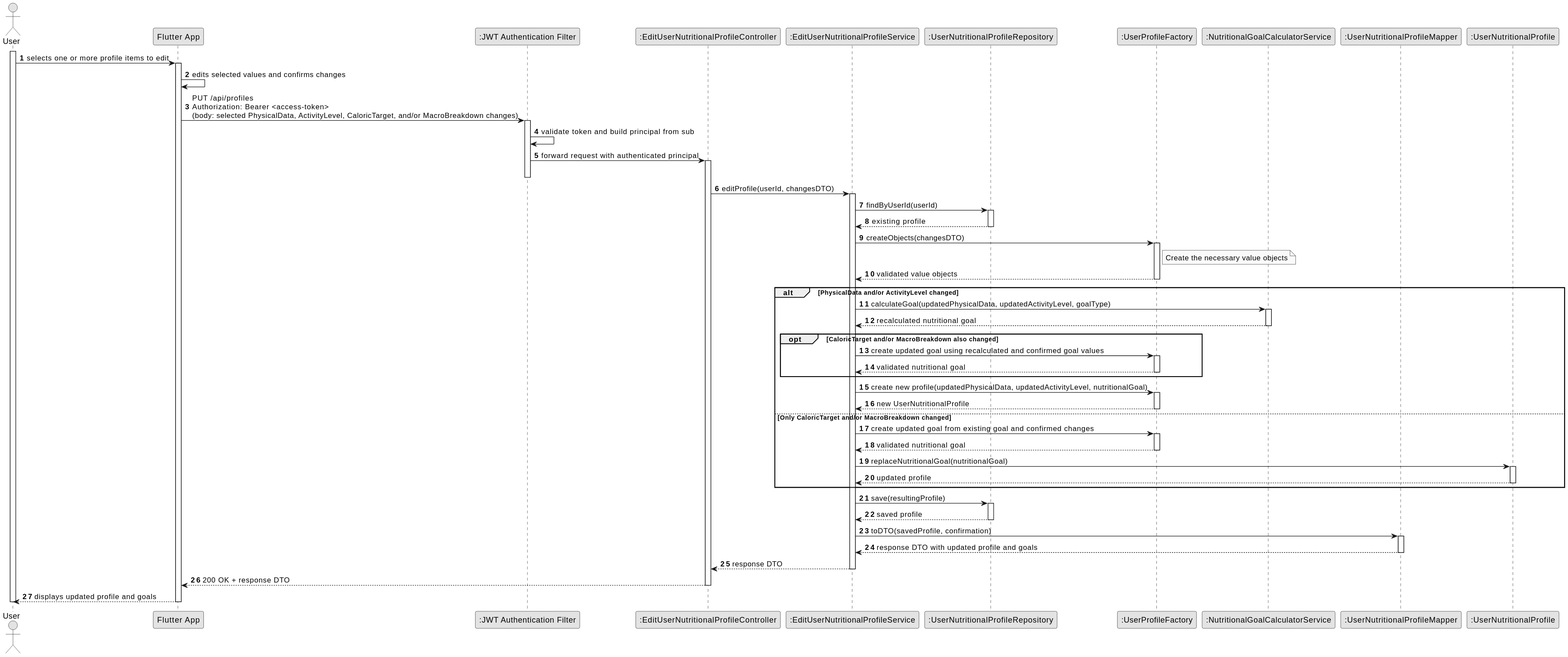
This is backend/docs/US002/US002_SD.svg from Pedro-P21/FitMaxxer, a PlantUML export, as it was before one commit.
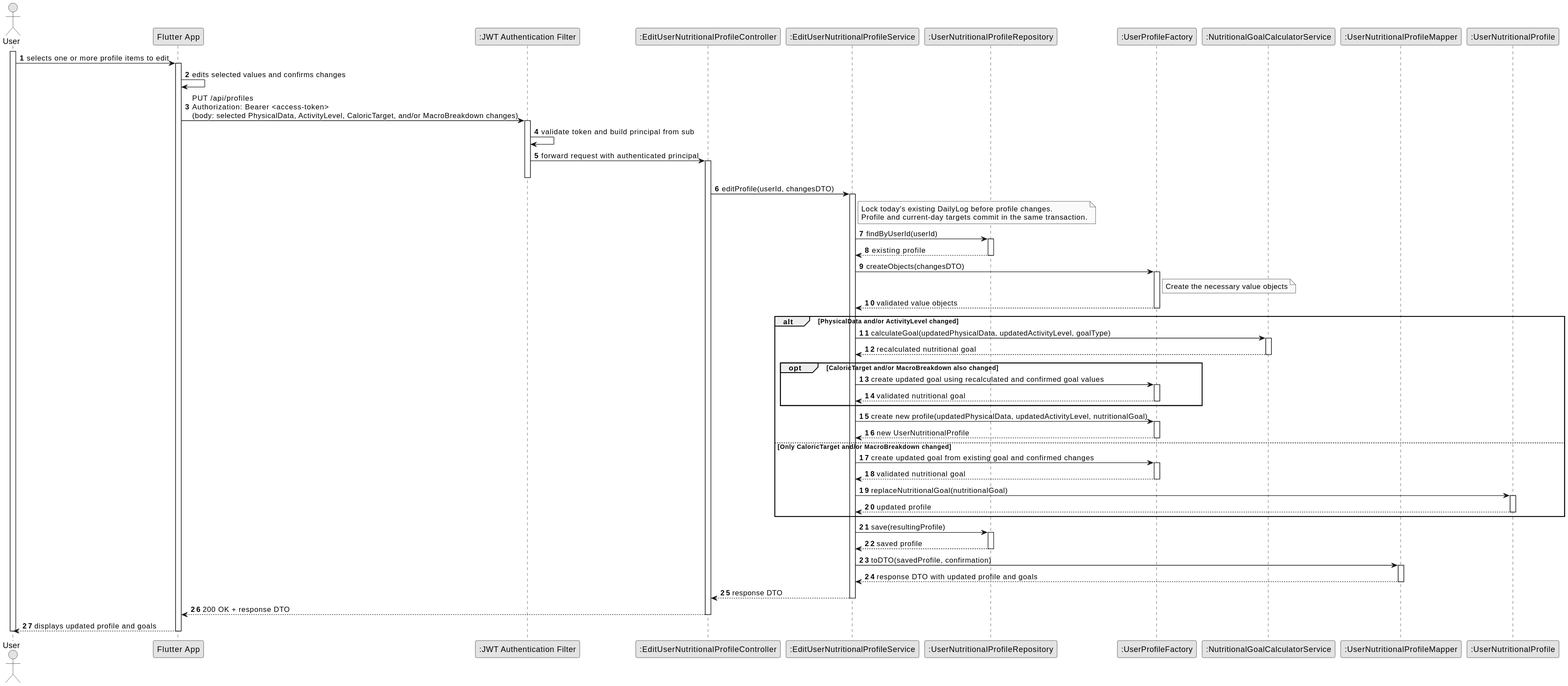
The same file after the commit.

What changed in the source:
```diff
@@ -31,6 +31,10 @@
 Ctrl -> Svc : editProfile(userId, changesDTO)
 activate Svc
 
+note right of Svc
+  Lock today's existing DailyLog before profile changes.
+  Profile and current-day targets commit in the same transaction.
+end note
 Svc -> ProfileRepo : findByUserId(userId)
 activate ProfileRepo
 ProfileRepo --> Svc : existing profile
```
